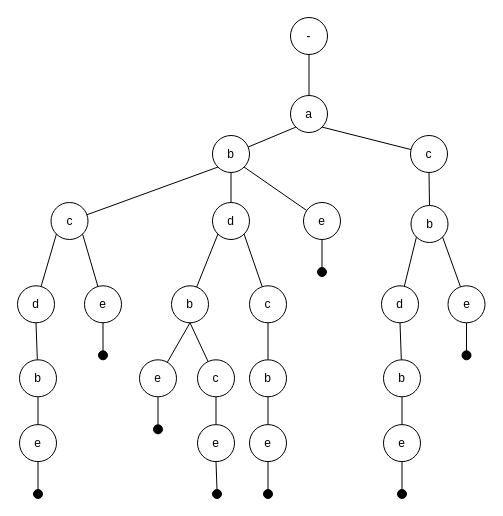
This is DynamicTrie.drawio from LiLiJacky/graphData, a draw.io file, before an edit. Source tidied: cells renumbered, new cells numbered last; positions are measured from the earlier drawing's top-left corner, leaving out a move shared by most shapes. Both pictures are drawn from the tidied source at 100%, with x=0, y=0 at pixel (17, 17).
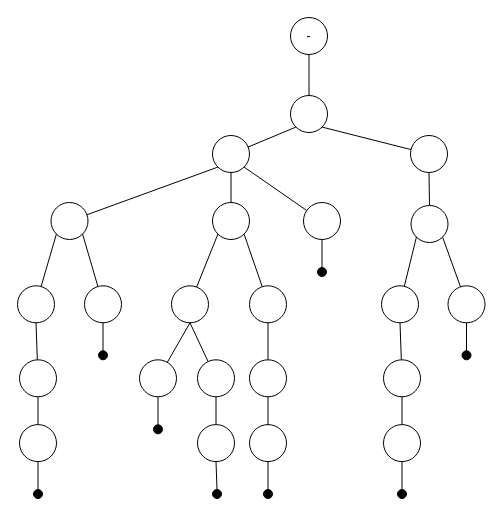
The same page after the edit.

What changed in the source:
```diff
@@
-    <mxCell id="4" value="a" style="ellipse;whiteSpace=wrap;html=1;" parent="1" vertex="1">
+    <mxCell id="4" style="ellipse;whiteSpace=wrap;html=1;" parent="1" vertex="1">
       <mxGeometry x="273" y="78" width="37" height="37" as="geometry" />
     </mxCell>
@@
-    <mxCell id="6" value="b" style="ellipse;whiteSpace=wrap;html=1;" parent="1" vertex="1">
+    <mxCell id="6" style="ellipse;whiteSpace=wrap;html=1;" parent="1" vertex="1">
       <mxGeometry x="195" y="118" width="37" height="37" as="geometry" />
     </mxCell>
@@
-    <mxCell id="8" value="c" style="ellipse;whiteSpace=wrap;html=1;" parent="1" vertex="1">
+    <mxCell id="8" style="ellipse;whiteSpace=wrap;html=1;" parent="1" vertex="1">
       <mxGeometry x="393" y="118" width="37" height="37" as="geometry" />
     </mxCell>
@@
-    <mxCell id="10" value="c" style="ellipse;whiteSpace=wrap;html=1;" parent="1" vertex="1">
+    <mxCell id="10" style="ellipse;whiteSpace=wrap;html=1;" parent="1" vertex="1">
       <mxGeometry x="33.5" y="185" width="37" height="37" as="geometry" />
     </mxCell>
@@
-    <mxCell id="12" value="d" style="ellipse;whiteSpace=wrap;html=1;" parent="1" vertex="1">
+    <mxCell id="12" style="ellipse;whiteSpace=wrap;html=1;" parent="1" vertex="1">
       <mxGeometry x="195" y="185" width="37" height="37" as="geometry" />
     </mxCell>
@@
-    <mxCell id="14" value="e" style="ellipse;whiteSpace=wrap;html=1;" parent="1" vertex="1">
+    <mxCell id="14" style="ellipse;whiteSpace=wrap;html=1;" parent="1" vertex="1">
       <mxGeometry x="286" y="185" width="37" height="37" as="geometry" />
     </mxCell>
@@
-    <mxCell id="16" value="b" style="ellipse;whiteSpace=wrap;html=1;" parent="1" vertex="1">
+    <mxCell id="16" style="ellipse;whiteSpace=wrap;html=1;" parent="1" vertex="1">
       <mxGeometry x="393.5" y="188" width="37" height="37" as="geometry" />
     </mxCell>
@@
-    <mxCell id="18" value="d" style="ellipse;whiteSpace=wrap;html=1;" parent="1" vertex="1">
+    <mxCell id="18" style="ellipse;whiteSpace=wrap;html=1;" parent="1" vertex="1">
       <mxGeometry y="268.3" width="37" height="37" as="geometry" />
     </mxCell>
@@
-    <mxCell id="20" value="e" style="ellipse;whiteSpace=wrap;html=1;" parent="1" vertex="1">
+    <mxCell id="20" style="ellipse;whiteSpace=wrap;html=1;" parent="1" vertex="1">
       <mxGeometry x="67" y="268.3" width="37" height="37" as="geometry" />
     </mxCell>
@@
-    <mxCell id="22" value="b" style="ellipse;whiteSpace=wrap;html=1;" parent="1" vertex="1">
+    <mxCell id="22" style="ellipse;whiteSpace=wrap;html=1;" parent="1" vertex="1">
       <mxGeometry x="2" y="342.3" width="37" height="37" as="geometry" />
     </mxCell>
@@
-    <mxCell id="24" value="e" style="ellipse;whiteSpace=wrap;html=1;" parent="1" vertex="1">
+    <mxCell id="24" style="ellipse;whiteSpace=wrap;html=1;" parent="1" vertex="1">
       <mxGeometry x="2" y="407.1" width="37" height="37" as="geometry" />
     </mxCell>
@@
-    <mxCell id="26" value="b" style="ellipse;whiteSpace=wrap;html=1;" parent="1" vertex="1">
+    <mxCell id="26" style="ellipse;whiteSpace=wrap;html=1;" parent="1" vertex="1">
       <mxGeometry x="154" y="268.3" width="37" height="37" as="geometry" />
     </mxCell>
@@
-    <mxCell id="28" value="c" style="ellipse;whiteSpace=wrap;html=1;" parent="1" vertex="1">
+    <mxCell id="28" style="ellipse;whiteSpace=wrap;html=1;" parent="1" vertex="1">
       <mxGeometry x="232" y="268.3" width="37" height="37" as="geometry" />
     </mxCell>
@@
-    <mxCell id="30" value="e" style="ellipse;whiteSpace=wrap;html=1;" parent="1" vertex="1">
+    <mxCell id="30" style="ellipse;whiteSpace=wrap;html=1;" parent="1" vertex="1">
       <mxGeometry x="122" y="342.3" width="37" height="37" as="geometry" />
     </mxCell>
@@
-    <mxCell id="32" value="c" style="ellipse;whiteSpace=wrap;html=1;" parent="1" vertex="1">
+    <mxCell id="32" style="ellipse;whiteSpace=wrap;html=1;" parent="1" vertex="1">
       <mxGeometry x="180" y="342.3" width="37" height="37" as="geometry" />
     </mxCell>
@@
-    <mxCell id="34" value="e" style="ellipse;whiteSpace=wrap;html=1;" parent="1" vertex="1">
+    <mxCell id="34" style="ellipse;whiteSpace=wrap;html=1;" parent="1" vertex="1">
       <mxGeometry x="180" y="407.1" width="37" height="37" as="geometry" />
     </mxCell>
@@
-    <mxCell id="36" value="b" style="ellipse;whiteSpace=wrap;html=1;" parent="1" vertex="1">
+    <mxCell id="36" style="ellipse;whiteSpace=wrap;html=1;" parent="1" vertex="1">
       <mxGeometry x="232" y="342.3" width="37" height="37" as="geometry" />
     </mxCell>
@@
-    <mxCell id="38" value="e" style="ellipse;whiteSpace=wrap;html=1;" parent="1" vertex="1">
+    <mxCell id="38" style="ellipse;whiteSpace=wrap;html=1;" parent="1" vertex="1">
       <mxGeometry x="232" y="407.1" width="37" height="37" as="geometry" />
     </mxCell>
@@
-    <mxCell id="40" value="d" style="ellipse;whiteSpace=wrap;html=1;" parent="1" vertex="1">
+    <mxCell id="40" style="ellipse;whiteSpace=wrap;html=1;" parent="1" vertex="1">
       <mxGeometry x="364" y="268.3" width="37" height="37" as="geometry" />
     </mxCell>
@@
-    <mxCell id="42" value="b" style="ellipse;whiteSpace=wrap;html=1;" parent="1" vertex="1">
+    <mxCell id="42" style="ellipse;whiteSpace=wrap;html=1;" parent="1" vertex="1">
       <mxGeometry x="366" y="342.3" width="37" height="37" as="geometry" />
     </mxCell>
@@
-    <mxCell id="44" value="e" style="ellipse;whiteSpace=wrap;html=1;" parent="1" vertex="1">
+    <mxCell id="44" style="ellipse;whiteSpace=wrap;html=1;" parent="1" vertex="1">
       <mxGeometry x="366" y="407.1" width="37" height="37" as="geometry" />
     </mxCell>
@@
-    <mxCell id="46" value="e" style="ellipse;whiteSpace=wrap;html=1;" parent="1" vertex="1">
+    <mxCell id="46" style="ellipse;whiteSpace=wrap;html=1;" parent="1" vertex="1">
       <mxGeometry x="430.5" y="268.3" width="37" height="37" as="geometry" />
     </mxCell>
```
